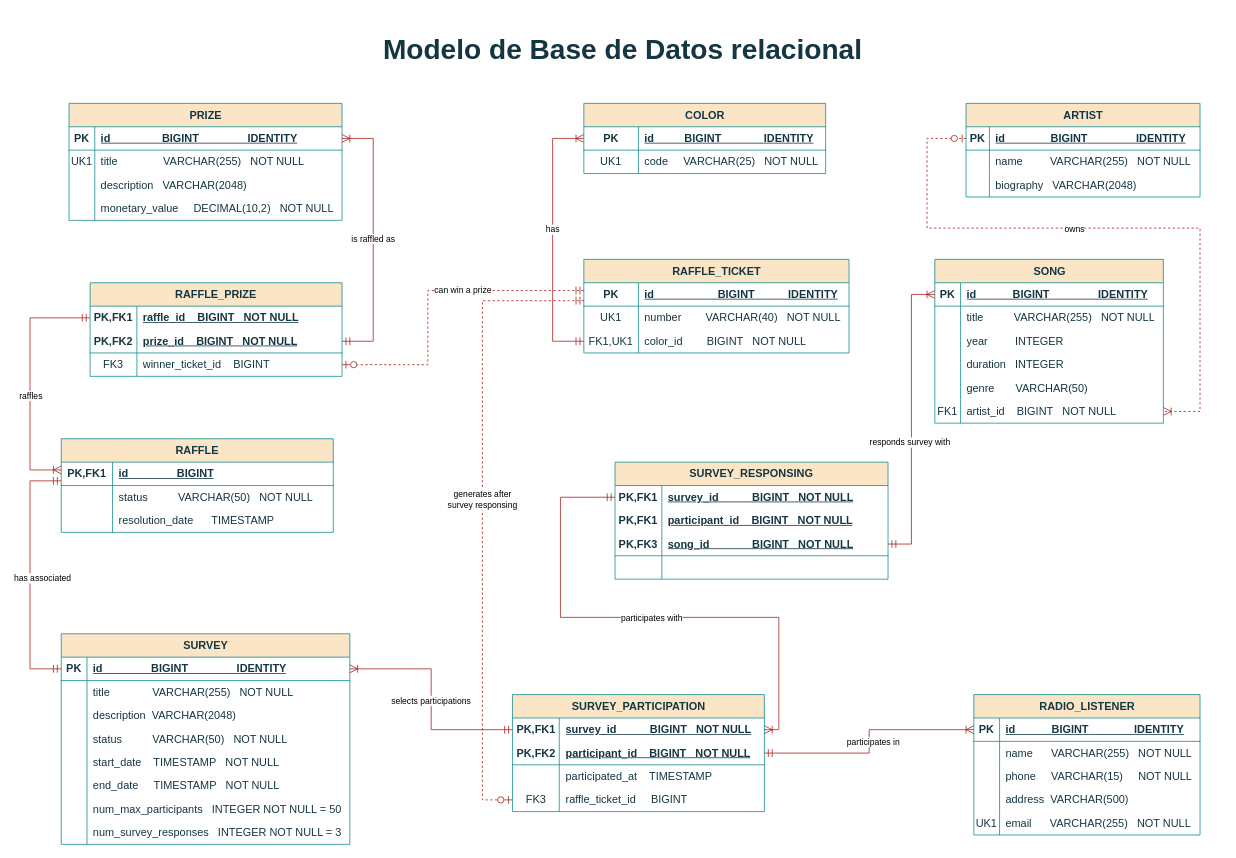
This is page "Modelo BBDD Relacional" (4 of 6) of docs/diagramas-proyecto-01.drawio from davorpa/musical-surveyor-springboot-api, a draw.io file, before an edit. Source tidied: cells renumbered, new cells numbered last; positions are measured from the earlier drawing's top-left corner, leaving out a move shared by most shapes. Both pictures are drawn from the tidied source at 78%, with x=0, y=0 at pixel (22, 25).
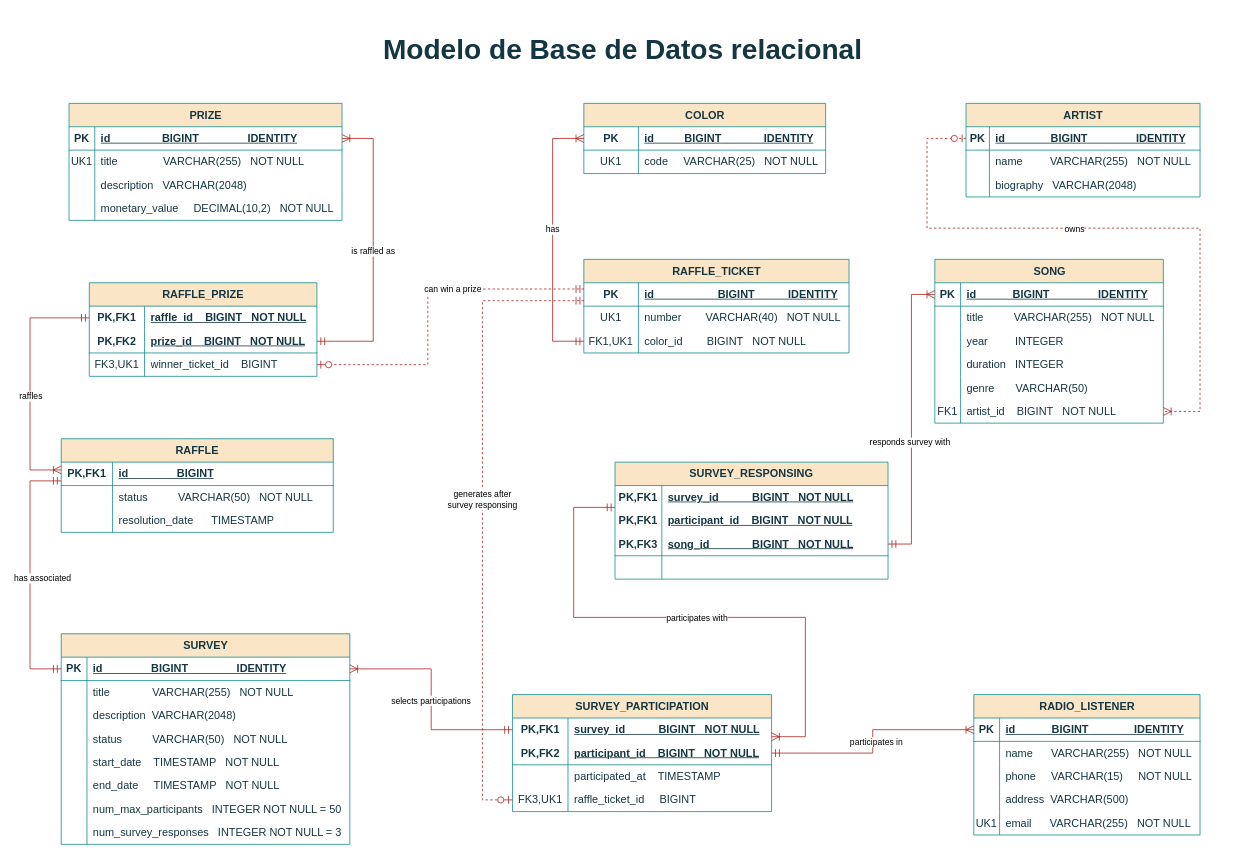
The same diagram, later.

The change refers to these unchanged cells:
```xml
<mxCell id="93" style="shape=tableRow;horizontal=0;startSize=0;swimlaneHead=0;swimlaneBody=0;fillColor=none;points=[[0,0.5],[1,0.5]];portConstraint=eastwest;top=0;left=0;right=0;bottom=1;strokeColor=#0F8B8D;fontSize=14;fontColor=#143642;labelBackgroundColor=none;" parent="92" vertex="1">
  <mxGeometry y="30" width="340" height="30" as="geometry" />
</mxCell>
<mxCell id="105" style="shape=tableRow;horizontal=0;startSize=0;swimlaneHead=0;swimlaneBody=0;fillColor=none;points=[[0,0.5],[1,0.5]];portConstraint=eastwest;top=0;left=0;right=0;bottom=0;html=1;strokeColor=#0F8B8D;fontSize=14;fontColor=#143642;" parent="104" vertex="1">
  <mxGeometry y="30" width="350" height="30" as="geometry" />
</mxCell>
```

The edit, as a diff of the source:
```diff
@@
     <mxCell id="75" value="SURVEY_PARTICIPATION" style="shape=table;startSize=30;childLayout=tableLayout;rowLines=0;fontStyle=1;align=center;html=1;whiteSpace=wrap;strokeColor=#0F8B8D;fontSize=14;fontColor=#143642;fillColor=#FAE5C7;" parent="1" vertex="1">
-      <mxGeometry x="628.5" y="858" width="323" height="150" as="geometry" />
+      <mxGeometry x="628.5" y="858" width="332.2" height="150" as="geometry" />
     </mxCell>
     <mxCell id="76" style="shape=tableRow;horizontal=0;startSize=0;swimlaneHead=0;swimlaneBody=0;fillColor=none;points=[[0,0.5],[1,0.5]];portConstraint=eastwest;top=0;left=0;right=0;bottom=0;html=1;strokeColor=#0F8B8D;fontSize=14;fontColor=#143642;" parent="75" vertex="1">
-      <mxGeometry y="30" width="323" height="30" as="geometry" />
+      <mxGeometry y="30" width="332.2" height="30" as="geometry" />
     </mxCell>
     <mxCell id="77" value="PK,FK1" style="shape=partialRectangle;fillColor=none;top=0;left=0;bottom=0;right=0;fontStyle=1;overflow=hidden;html=1;whiteSpace=wrap;strokeColor=#0F8B8D;fontSize=14;fontColor=#143642;" parent="76" vertex="1">
-      <mxGeometry width="60" height="30" as="geometry" />
+      <mxGeometry width="71.2" height="30" as="geometry" />
     </mxCell>
     <mxCell id="78" value="survey_id&amp;nbsp; &amp;nbsp; &amp;nbsp; &amp;nbsp; &amp;nbsp; &amp;nbsp;BIGINT&amp;nbsp; &amp;nbsp;NOT NULL" style="shape=partialRectangle;fillColor=none;top=0;left=0;bottom=0;right=0;align=left;spacingLeft=6;fontStyle=5;overflow=hidden;html=1;whiteSpace=wrap;strokeColor=#0F8B8D;fontSize=14;fontColor=#143642;" parent="76" vertex="1">
-      <mxGeometry x="60" width="263" height="30" as="geometry" />
+      <mxGeometry x="71.2" width="261" height="30" as="geometry" />
     </mxCell>
     <mxCell id="79" style="shape=tableRow;horizontal=0;startSize=0;swimlaneHead=0;swimlaneBody=0;fillColor=none;points=[[0,0.5],[1,0.5]];portConstraint=eastwest;top=0;left=0;right=0;bottom=1;html=1;strokeColor=#0F8B8D;fontSize=14;fontColor=#143642;" parent="75" vertex="1">
-      <mxGeometry y="60" width="323" height="30" as="geometry" />
+      <mxGeometry y="60" width="332.2" height="30" as="geometry" />
     </mxCell>
     <mxCell id="80" value="PK,FK2" style="shape=partialRectangle;fillColor=none;top=0;left=0;bottom=0;right=0;fontStyle=1;overflow=hidden;html=1;whiteSpace=wrap;strokeColor=#0F8B8D;fontSize=14;fontColor=#143642;" parent="79" vertex="1">
-      <mxGeometry width="60" height="30" as="geometry" />
+      <mxGeometry width="71.2" height="30" as="geometry" />
     </mxCell>
     <mxCell id="81" value="participant_id&amp;nbsp; &amp;nbsp; BIGINT&amp;nbsp; &amp;nbsp;NOT NULL" style="shape=partialRectangle;fillColor=none;top=0;left=0;bottom=0;right=0;align=left;spacingLeft=6;fontStyle=5;overflow=hidden;html=1;whiteSpace=wrap;strokeColor=#0F8B8D;fontSize=14;fontColor=#143642;" parent="79" vertex="1">
-      <mxGeometry x="60" width="263" height="30" as="geometry" />
+      <mxGeometry x="71.2" width="261" height="30" as="geometry" />
     </mxCell>
     <mxCell id="82" style="shape=tableRow;horizontal=0;startSize=0;swimlaneHead=0;swimlaneBody=0;fillColor=none;top=0;left=0;right=0;bottom=0;html=1;strokeColor=#0F8B8D;fontSize=14;fontColor=#143642;" parent="75" vertex="1">
-      <mxGeometry y="90" width="323" height="30" as="geometry" />
+      <mxGeometry y="90" width="332.2" height="30" as="geometry" />
     </mxCell>
     <mxCell id="83" style="shape=partialRectangle;fillColor=none;top=0;left=0;bottom=0;right=0;overflow=hidden;html=1;whiteSpace=wrap;strokeColor=#0F8B8D;fontSize=14;fontColor=#143642;" parent="82" vertex="1">
-      <mxGeometry width="60" height="30" as="geometry" />
+      <mxGeometry width="71.2" height="30" as="geometry" />
     </mxCell>
     <mxCell id="84" value="participated_at&amp;nbsp; &amp;nbsp; TIMESTAMP" style="shape=partialRectangle;fillColor=none;top=0;left=0;bottom=0;right=0;align=left;spacingLeft=6;overflow=hidden;html=1;whiteSpace=wrap;strokeColor=#0F8B8D;fontSize=14;fontColor=#143642;" parent="82" vertex="1">
-      <mxGeometry x="60" width="263" height="30" as="geometry" />
+      <mxGeometry x="71.2" width="261" height="30" as="geometry" />
     </mxCell>
     <mxCell id="85" style="shape=tableRow;horizontal=0;startSize=0;swimlaneHead=0;swimlaneBody=0;fillColor=none;points=[[0,0.5],[1,0.5]];portConstraint=eastwest;top=0;left=0;right=0;bottom=0;html=1;strokeColor=#0F8B8D;fontSize=14;fontColor=#143642;" parent="75" vertex="1">
-      <mxGeometry y="120" width="323" height="30" as="geometry" />
+      <mxGeometry y="120" width="332.2" height="30" as="geometry" />
     </mxCell>
-    <mxCell id="86" value="FK3" style="shape=partialRectangle;fillColor=none;top=0;left=0;bottom=0;right=0;overflow=hidden;html=1;whiteSpace=wrap;strokeColor=#0F8B8D;fontSize=14;fontColor=#143642;" parent="85" vertex="1">
-      <mxGeometry width="60" height="30" as="geometry" />
+    <mxCell id="86" value="FK3,UK1" style="shape=partialRectangle;fillColor=none;top=0;left=0;bottom=0;right=0;overflow=hidden;html=1;whiteSpace=wrap;strokeColor=#0F8B8D;fontSize=14;fontColor=#143642;" parent="85" vertex="1">
+      <mxGeometry width="71.2" height="30" as="geometry" />
     </mxCell>
     <mxCell id="87" value="raffle_ticket_id&amp;nbsp; &amp;nbsp; &amp;nbsp;BIGINT" style="shape=partialRectangle;fillColor=none;top=0;left=0;bottom=0;right=0;align=left;spacingLeft=6;overflow=hidden;html=1;whiteSpace=wrap;strokeColor=#0F8B8D;fontSize=14;fontColor=#143642;" parent="85" vertex="1">
-      <mxGeometry x="60" width="263" height="30" as="geometry" />
+      <mxGeometry x="71.2" width="261" height="30" as="geometry" />
     </mxCell>
@@
-    <mxCell id="117" style="fontSize=12;html=1;endArrow=ERoneToMany;startArrow=ERmandOne;rounded=0;strokeColor=#A8201A;fontColor=default;startSize=8;endSize=8;fillColor=#FAE5C7;edgeStyle=orthogonalEdgeStyle;labelBackgroundColor=none;endFill=0;startFill=0;exitX=0;exitY=0.5;exitDx=0;exitDy=0;" parent="1" edge="1" source="105" target="76">
+    <mxCell id="117" style="fontSize=12;html=1;endArrow=ERoneToMany;startArrow=ERmandOne;rounded=0;strokeColor=#A8201A;fontColor=default;startSize=8;endSize=8;fillColor=#FAE5C7;edgeStyle=orthogonalEdgeStyle;labelBackgroundColor=none;endFill=0;startFill=0;" parent="1" edge="1" source="105" target="76">
       <mxGeometry relative="1" as="geometry">
         <Array as="points">
-          <mxPoint x="690" y="605" />
-          <mxPoint x="690" y="759" />
-          <mxPoint x="970" y="759" />
-          <mxPoint x="970" y="903" />
+          <mxPoint x="707" y="618" />
+          <mxPoint x="707" y="759" />
+          <mxPoint x="1004" y="759" />
+          <mxPoint x="1004" y="912" />
         </Array>
       </mxGeometry>
     </mxCell>
@@
     <mxCell id="155" value="RAFFLE_PRIZE" style="shape=table;startSize=30;childLayout=tableLayout;rowLines=0;fontStyle=1;align=center;html=1;whiteSpace=wrap;strokeColor=#0F8B8D;fontSize=14;fontColor=#143642;fillColor=#FAE5C7;" parent="1" vertex="1">
-      <mxGeometry x="87" y="330" width="323" height="120" as="geometry" />
+      <mxGeometry x="86" y="330" width="291.8" height="120" as="geometry" />
     </mxCell>
     <mxCell id="156" style="shape=tableRow;horizontal=0;startSize=0;swimlaneHead=0;swimlaneBody=0;fillColor=none;points=[[0,0.5],[1,0.5]];portConstraint=eastwest;top=0;left=0;right=0;bottom=0;html=1;strokeColor=#0F8B8D;fontSize=14;fontColor=#143642;" parent="155" vertex="1">
-      <mxGeometry y="30" width="323" height="30" as="geometry" />
+      <mxGeometry y="30" width="291.8" height="30" as="geometry" />
     </mxCell>
     <mxCell id="157" value="PK,FK1" style="shape=partialRectangle;fillColor=none;top=0;left=0;bottom=0;right=0;fontStyle=1;overflow=hidden;html=1;whiteSpace=wrap;strokeColor=#0F8B8D;fontSize=14;fontColor=#143642;" parent="156" vertex="1">
-      <mxGeometry width="60" height="30" as="geometry" />
+      <mxGeometry width="70.8" height="30" as="geometry" />
     </mxCell>
     <mxCell id="158" value="raffle_id&amp;nbsp; &amp;nbsp; BIGINT&amp;nbsp; &amp;nbsp;NOT NULL" style="shape=partialRectangle;fillColor=none;top=0;left=0;bottom=0;right=0;align=left;spacingLeft=6;fontStyle=5;overflow=hidden;html=1;whiteSpace=wrap;strokeColor=#0F8B8D;fontSize=14;fontColor=#143642;" parent="156" vertex="1">
-      <mxGeometry x="60" width="263" height="30" as="geometry" />
+      <mxGeometry x="70.8" width="221" height="30" as="geometry" />
     </mxCell>
     <mxCell id="159" style="shape=tableRow;horizontal=0;startSize=0;swimlaneHead=0;swimlaneBody=0;fillColor=none;points=[[0,0.5],[1,0.5]];portConstraint=eastwest;top=0;left=0;right=0;bottom=1;html=1;strokeColor=#0F8B8D;fontSize=14;fontColor=#143642;" parent="155" vertex="1">
-      <mxGeometry y="60" width="323" height="30" as="geometry" />
+      <mxGeometry y="60" width="291.8" height="30" as="geometry" />
     </mxCell>
     <mxCell id="160" value="PK,FK2" style="shape=partialRectangle;fillColor=none;top=0;left=0;bottom=0;right=0;fontStyle=1;overflow=hidden;html=1;whiteSpace=wrap;strokeColor=#0F8B8D;fontSize=14;fontColor=#143642;" parent="159" vertex="1">
-      <mxGeometry width="60" height="30" as="geometry" />
+      <mxGeometry width="70.8" height="30" as="geometry" />
     </mxCell>
     <mxCell id="161" value="prize_id&amp;nbsp; &amp;nbsp; BIGINT&amp;nbsp; &amp;nbsp;NOT NULL" style="shape=partialRectangle;fillColor=none;top=0;left=0;bottom=0;right=0;align=left;spacingLeft=6;fontStyle=5;overflow=hidden;html=1;whiteSpace=wrap;strokeColor=#0F8B8D;fontSize=14;fontColor=#143642;" parent="159" vertex="1">
-      <mxGeometry x="60" width="263" height="30" as="geometry" />
+      <mxGeometry x="70.8" width="221" height="30" as="geometry" />
     </mxCell>
     <mxCell id="162" style="shape=tableRow;horizontal=0;startSize=0;swimlaneHead=0;swimlaneBody=0;fillColor=none;points=[[0,0.5],[1,0.5]];portConstraint=eastwest;top=0;left=0;right=0;bottom=0;html=1;strokeColor=#0F8B8D;fontSize=14;fontColor=#143642;" parent="155" vertex="1">
-      <mxGeometry y="90" width="323" height="30" as="geometry" />
+      <mxGeometry y="90" width="291.8" height="30" as="geometry" />
     </mxCell>
-    <mxCell id="163" value="FK3" style="shape=partialRectangle;fillColor=none;top=0;left=0;bottom=0;right=0;overflow=hidden;html=1;whiteSpace=wrap;strokeColor=#0F8B8D;fontSize=14;fontColor=#143642;" parent="162" vertex="1">
-      <mxGeometry width="60" height="30" as="geometry" />
+    <mxCell id="163" value="FK3,UK1" style="shape=partialRectangle;fillColor=none;top=0;left=0;bottom=0;right=0;overflow=hidden;html=1;whiteSpace=wrap;strokeColor=#0F8B8D;fontSize=14;fontColor=#143642;" parent="162" vertex="1">
+      <mxGeometry width="70.8" height="30" as="geometry" />
     </mxCell>
     <mxCell id="164" value="winner_ticket_id&amp;nbsp; &amp;nbsp; BIGINT" style="shape=partialRectangle;fillColor=none;top=0;left=0;bottom=0;right=0;align=left;spacingLeft=6;overflow=hidden;html=1;whiteSpace=wrap;strokeColor=#0F8B8D;fontSize=14;fontColor=#143642;" parent="162" vertex="1">
-      <mxGeometry x="60" width="263" height="30" as="geometry" />
+      <mxGeometry x="70.8" width="221" height="30" as="geometry" />
     </mxCell>
@@
     <mxCell id="169" style="fontSize=12;html=1;endArrow=ERzeroToOne;startArrow=ERmandOne;rounded=0;strokeColor=#A8201A;fontColor=default;startSize=8;endSize=8;fillColor=#FAE5C7;edgeStyle=orthogonalEdgeStyle;labelBackgroundColor=none;endFill=0;startFill=0;dashed=1;" parent="1" edge="1" source="93" target="162">
       <mxGeometry relative="1" as="geometry">
         <Array as="points">
-          <mxPoint x="520" y="340" />
+          <mxPoint x="520" y="338" />
           <mxPoint x="520" y="435" />
         </Array>
       </mxGeometry>
     </mxCell>
```
